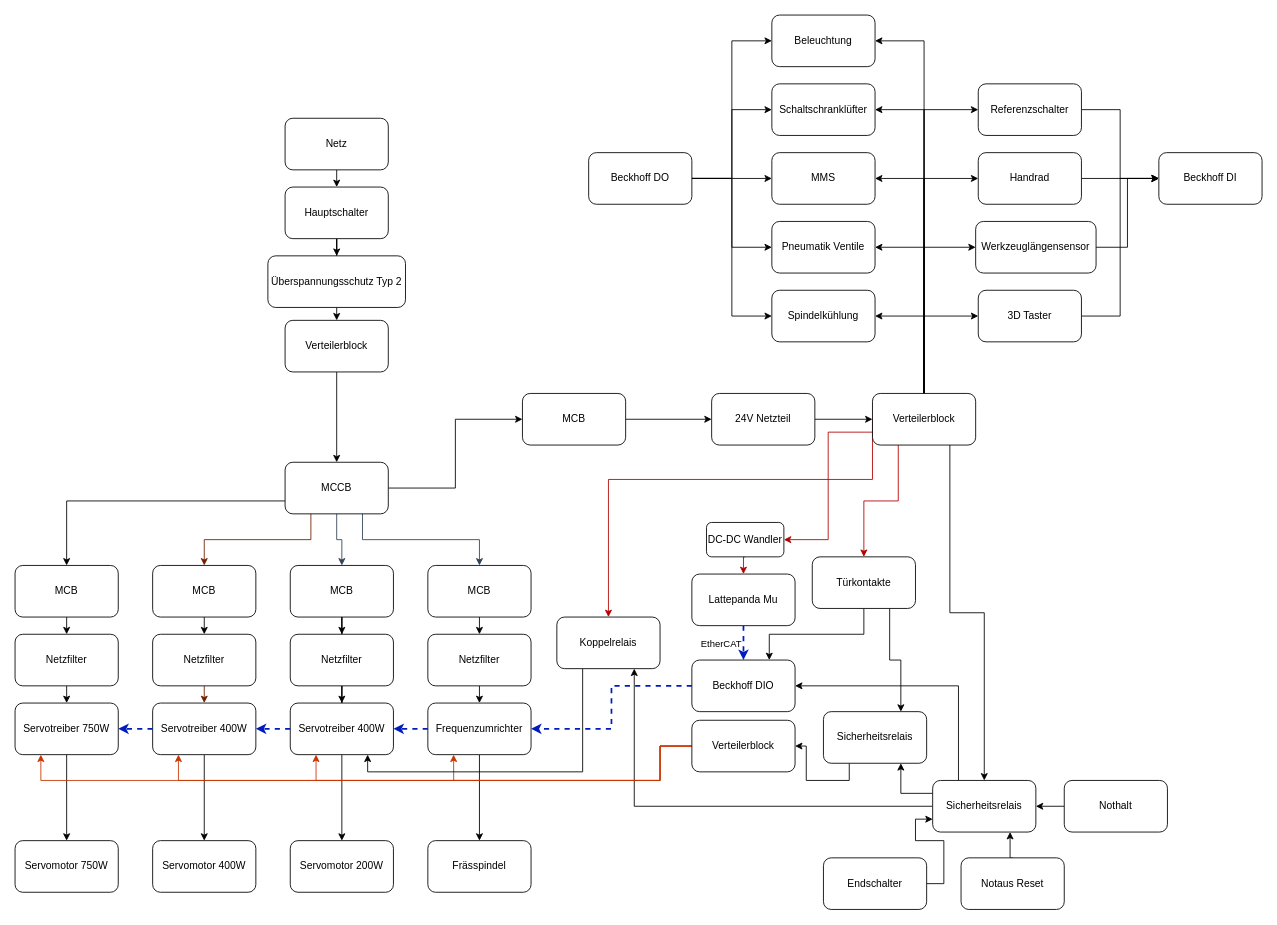
The draw.io diagram Schaltschrank.drawio in Schlemihl45/DATUM-controll, before the edit. Source tidied: cells renumbered, new cells numbered last; positions are measured from the earlier drawing's top-left corner, leaving out a move shared by most shapes. Both pictures are drawn from the tidied source at 86%, with x=0, y=0 at pixel (15, 15).
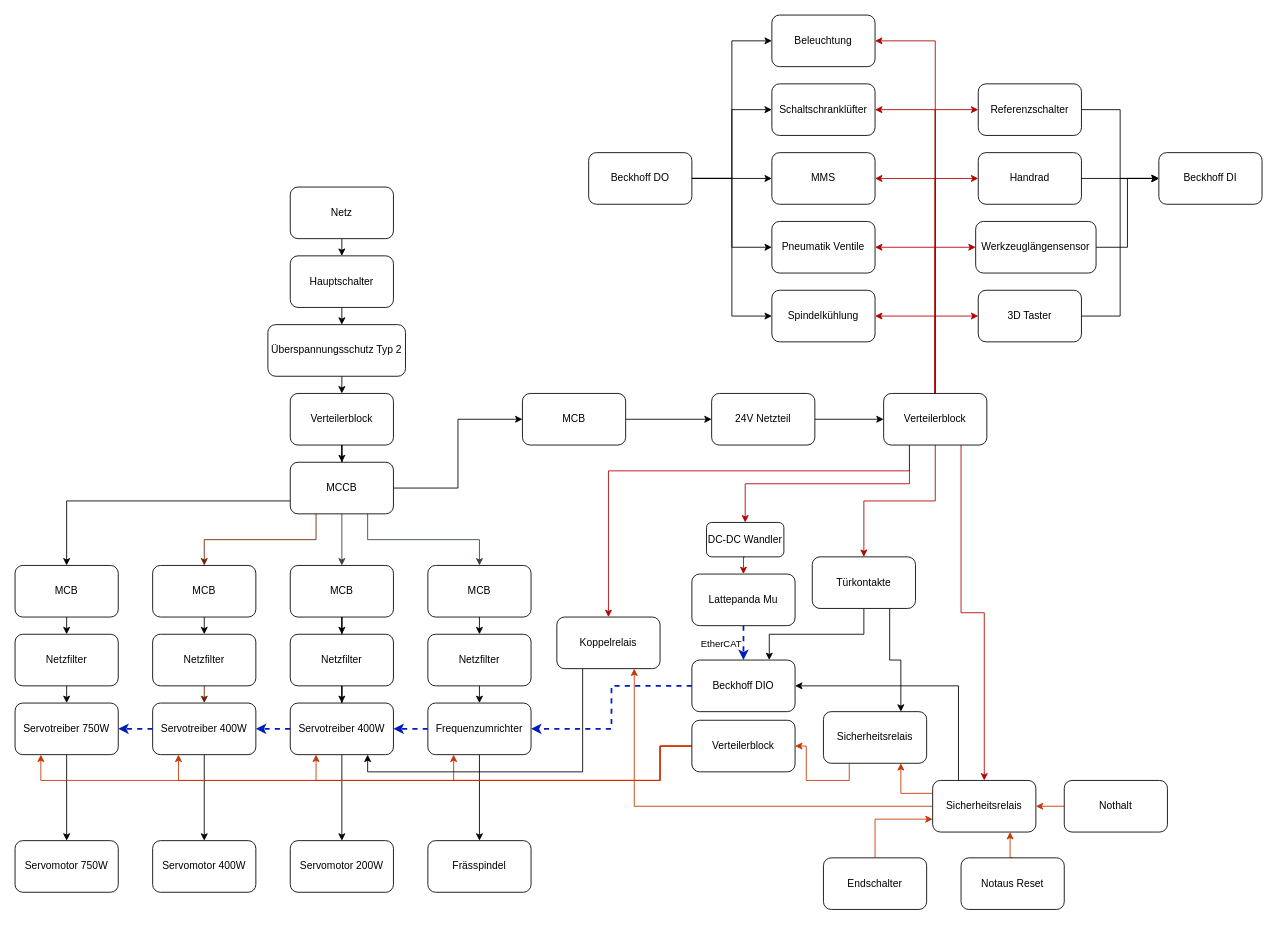
Above is the later version.

The change refers to these unchanged cells:
```xml
<mxCell id="19" value="Sicherheitsrelais" style="rounded=1;whiteSpace=wrap;html=1;" parent="1" vertex="1">
  <mxGeometry x="1067" y="890" width="120" height="60" as="geometry" />
</mxCell>
<mxCell id="21" value="Nothalt" style="rounded=1;whiteSpace=wrap;html=1;" parent="1" vertex="1">
  <mxGeometry x="1220" y="890" width="120" height="60" as="geometry" />
</mxCell>
<mxCell id="79" value="Verteilerblock" style="rounded=1;whiteSpace=wrap;html=1;" parent="1" vertex="1">
  <mxGeometry x="787" y="820" width="120" height="60" as="geometry" />
</mxCell>
<mxCell id="81" value="Notaus Reset" style="rounded=1;whiteSpace=wrap;html=1;" parent="1" vertex="1">
  <mxGeometry x="1100" y="980" width="120" height="60" as="geometry" />
</mxCell>
<mxCell id="84" value="Türkontakte" style="rounded=1;whiteSpace=wrap;html=1;" parent="1" vertex="1">
  <mxGeometry x="927" y="630" width="120" height="60" as="geometry" />
</mxCell>
<mxCell id="86" value="Referenzschalter" style="rounded=1;whiteSpace=wrap;html=1;" parent="1" vertex="1">
  <mxGeometry x="1120" y="80" width="120" height="60" as="geometry" />
</mxCell>
<mxCell id="88" value="Endschalter" style="rounded=1;whiteSpace=wrap;html=1;" parent="1" vertex="1">
  <mxGeometry x="940" y="980" width="120" height="60" as="geometry" />
</mxCell>
<mxCell id="91" value="Schaltschranklüfter" style="rounded=1;whiteSpace=wrap;html=1;" parent="1" vertex="1">
  <mxGeometry x="880" y="80" width="120" height="60" as="geometry" />
</mxCell>
<mxCell id="92" value="Beleuchtung" style="rounded=1;whiteSpace=wrap;html=1;" parent="1" vertex="1">
  <mxGeometry x="880" width="120" height="60" as="geometry" />
</mxCell>
<mxCell id="93" value="MMS" style="rounded=1;whiteSpace=wrap;html=1;" parent="1" vertex="1">
  <mxGeometry x="880" y="160" width="120" height="60" as="geometry" />
</mxCell>
<mxCell id="95" value="DC-DC Wandler" style="rounded=1;whiteSpace=wrap;html=1;" parent="1" vertex="1">
  <mxGeometry x="804" y="590" width="90" height="40" as="geometry" />
</mxCell>
<mxCell id="97" value="Koppelrelais" style="rounded=1;whiteSpace=wrap;html=1;" parent="1" vertex="1">
  <mxGeometry x="630" y="700" width="120" height="60" as="geometry" />
</mxCell>
<mxCell id="103" value="Sicherheitsrelais" style="rounded=1;whiteSpace=wrap;html=1;" parent="1" vertex="1">
  <mxGeometry x="940" y="810" width="120" height="60" as="geometry" />
</mxCell>
<mxCell id="105" value="Werkzeuglängensensor" style="rounded=1;whiteSpace=wrap;html=1;" parent="1" vertex="1">
  <mxGeometry x="1117" y="240" width="140" height="60" as="geometry" />
</mxCell>
<mxCell id="107" value="3D Taster" style="rounded=1;whiteSpace=wrap;html=1;" parent="1" vertex="1">
  <mxGeometry x="1120" y="320" width="120" height="60" as="geometry" />
</mxCell>
<mxCell id="108" value="Pneumatik Ventile" style="rounded=1;whiteSpace=wrap;html=1;" parent="1" vertex="1">
  <mxGeometry x="880" y="240" width="120" height="60" as="geometry" />
</mxCell>
<mxCell id="110" value="Handrad" style="rounded=1;whiteSpace=wrap;html=1;" parent="1" vertex="1">
  <mxGeometry x="1120" y="160" width="120" height="60" as="geometry" />
</mxCell>
<mxCell id="111" value="Spindelkühlung" style="rounded=1;whiteSpace=wrap;html=1;" parent="1" vertex="1">
  <mxGeometry x="880" y="320" width="120" height="60" as="geometry" />
</mxCell>
```

Change to the diagram source:
```diff
@@
-    <mxCell id="17" style="edgeStyle=orthogonalEdgeStyle;rounded=0;jettySize=auto;html=1;exitX=0;exitY=0.25;exitDx=0;exitDy=0;entryX=0.75;entryY=1;entryDx=0;entryDy=0;" parent="1" edge="1" source="19" target="103">
+    <mxCell id="17" style="edgeStyle=orthogonalEdgeStyle;rounded=0;jettySize=auto;html=1;exitX=0;exitY=0.25;exitDx=0;exitDy=0;entryX=0.75;entryY=1;entryDx=0;entryDy=0;fillColor=#fa6800;strokeColor=#C73500;" parent="1" edge="1" source="19" target="103">
       <mxGeometry relative="1" as="geometry" />
     </mxCell>
-    <mxCell id="18" style="edgeStyle=orthogonalEdgeStyle;rounded=0;jettySize=auto;html=1;exitX=0;exitY=0.5;exitDx=0;exitDy=0;entryX=0.75;entryY=1;entryDx=0;entryDy=0;" parent="1" edge="1" source="19" target="97">
+    <mxCell id="18" style="edgeStyle=orthogonalEdgeStyle;rounded=0;jettySize=auto;html=1;exitX=0;exitY=0.5;exitDx=0;exitDy=0;entryX=0.75;entryY=1;entryDx=0;entryDy=0;fillColor=#fa6800;strokeColor=#C73500;" parent="1" edge="1" source="19" target="97">
       <mxGeometry relative="1" as="geometry" />
     </mxCell>
@@
-    <mxCell id="20" style="edgeStyle=orthogonalEdgeStyle;rounded=0;jettySize=auto;html=1;exitX=0;exitY=0.5;exitDx=0;exitDy=0;entryX=1;entryY=0.5;entryDx=0;entryDy=0;" parent="1" edge="1" source="21" target="19">
+    <mxCell id="20" style="edgeStyle=orthogonalEdgeStyle;rounded=0;jettySize=auto;html=1;exitX=0;exitY=0.5;exitDx=0;exitDy=0;entryX=1;entryY=0.5;entryDx=0;entryDy=0;fillColor=#fa6800;strokeColor=#C73500;" parent="1" edge="1" source="21" target="19">
       <mxGeometry relative="1" as="geometry" />
     </mxCell>
@@
-    <mxCell id="22" style="edgeStyle=orthogonalEdgeStyle;rounded=0;jettySize=auto;html=1;exitX=0.5;exitY=1;exitDx=0;exitDy=0;" parent="1" edge="1" source="23" target="61">
-      <mxGeometry relative="1" as="geometry" />
+    <mxCell id="22" style="edgeStyle=orthogonalEdgeStyle;rounded=0;jettySize=auto;html=1;exitX=0.5;exitY=1;exitDx=0;exitDy=0;" parent="1" edge="1" source="23">
+      <mxGeometry relative="1" as="geometry">
+        <mxPoint x="380" y="360" as="targetPoint" />
+      </mxGeometry>
     </mxCell>
     <mxCell id="23" value="Hauptschalter" style="rounded=1;whiteSpace=wrap;html=1;" parent="1" vertex="1">
-      <mxGeometry x="314" y="200" width="120" height="60" as="geometry" />
+      <mxGeometry x="320" y="280" width="120" height="60" as="geometry" />
     </mxCell>
@@
     <mxCell id="25" value="Verteilerblock" style="rounded=1;whiteSpace=wrap;html=1;" parent="1" vertex="1">
-      <mxGeometry x="314" y="355" width="120" height="60" as="geometry" />
+      <mxGeometry x="320" y="440" width="120" height="60" as="geometry" />
     </mxCell>
@@
     <mxCell id="32" value="Netz" style="rounded=1;whiteSpace=wrap;html=1;" parent="1" vertex="1">
-      <mxGeometry x="314" y="120" width="120" height="60" as="geometry" />
+      <mxGeometry x="320" y="200" width="120" height="60" as="geometry" />
     </mxCell>
@@
     <mxCell id="38" value="MCCB" style="rounded=1;whiteSpace=wrap;html=1;" parent="1" vertex="1">
-      <mxGeometry x="314" y="520" width="120" height="60" as="geometry" />
+      <mxGeometry x="320" y="520" width="120" height="60" as="geometry" />
     </mxCell>
@@
-    <mxCell id="46" style="edgeStyle=orthogonalEdgeStyle;rounded=0;jettySize=auto;html=1;exitX=0.25;exitY=1;exitDx=0;exitDy=0;entryX=0.5;entryY=0;entryDx=0;entryDy=0;fillColor=#e51400;strokeColor=#B20000;" parent="1" edge="1" source="59" target="84">
-      <mxGeometry relative="1" as="geometry" />
-    </mxCell>
-    <mxCell id="47" style="edgeStyle=orthogonalEdgeStyle;rounded=0;jettySize=auto;html=1;exitX=0;exitY=0.75;exitDx=0;exitDy=0;entryX=1;entryY=0.5;entryDx=0;entryDy=0;fillColor=#e51400;strokeColor=#B20000;" parent="1" edge="1" source="59" target="95">
-      <mxGeometry relative="1" as="geometry" />
-    </mxCell>
-    <mxCell id="48" style="edgeStyle=orthogonalEdgeStyle;rounded=0;jettySize=auto;html=1;exitX=0;exitY=0.5;exitDx=0;exitDy=0;entryX=0.5;entryY=0;entryDx=0;entryDy=0;fillColor=#e51400;strokeColor=#B20000;" parent="1" edge="1" source="59" target="97">
-      <mxGeometry relative="1" as="geometry">
-        <Array as="points">
-          <mxPoint x="997" y="540" />
-          <mxPoint x="690" y="540" />
-        </Array>
-      </mxGeometry>
-    </mxCell>
-    <mxCell id="49" style="edgeStyle=orthogonalEdgeStyle;rounded=0;jettySize=auto;html=1;exitX=0.75;exitY=1;exitDx=0;exitDy=0;entryX=0.5;entryY=0;entryDx=0;entryDy=0;" parent="1" edge="1" source="59" target="19">
+    <mxCell id="49" style="edgeStyle=orthogonalEdgeStyle;rounded=0;jettySize=auto;html=1;exitX=0.75;exitY=1;exitDx=0;exitDy=0;entryX=0.5;entryY=0;entryDx=0;entryDy=0;fillColor=#e51400;strokeColor=#B20000;" parent="1" edge="1" source="59" target="19">
       <mxGeometry relative="1" as="geometry" />
     </mxCell>
-    <mxCell id="50" style="edgeStyle=orthogonalEdgeStyle;rounded=0;jettySize=auto;html=1;exitX=0.5;exitY=0;exitDx=0;exitDy=0;entryX=1;entryY=0.5;entryDx=0;entryDy=0;" parent="1" edge="1" source="59" target="111">
+    <mxCell id="50" style="edgeStyle=orthogonalEdgeStyle;rounded=0;jettySize=auto;html=1;exitX=0.5;exitY=0;exitDx=0;exitDy=0;entryX=1;entryY=0.5;entryDx=0;entryDy=0;fillColor=#e51400;strokeColor=#B20000;" parent="1" edge="1" source="59" target="111">
       <mxGeometry relative="1" as="geometry" />
     </mxCell>
-    <mxCell id="51" style="edgeStyle=orthogonalEdgeStyle;rounded=0;jettySize=auto;html=1;exitX=0.5;exitY=0;exitDx=0;exitDy=0;entryX=1;entryY=0.5;entryDx=0;entryDy=0;" parent="1" edge="1" source="59" target="108">
+    <mxCell id="51" style="edgeStyle=orthogonalEdgeStyle;rounded=0;jettySize=auto;html=1;exitX=0.5;exitY=0;exitDx=0;exitDy=0;entryX=1;entryY=0.5;entryDx=0;entryDy=0;fillColor=#e51400;strokeColor=#B20000;" parent="1" edge="1" source="59" target="108">
       <mxGeometry relative="1" as="geometry" />
     </mxCell>
-    <mxCell id="52" style="edgeStyle=orthogonalEdgeStyle;rounded=0;jettySize=auto;html=1;exitX=0.5;exitY=0;exitDx=0;exitDy=0;entryX=1;entryY=0.5;entryDx=0;entryDy=0;" parent="1" edge="1" source="59" target="93">
+    <mxCell id="52" style="edgeStyle=orthogonalEdgeStyle;rounded=0;jettySize=auto;html=1;exitX=0.5;exitY=0;exitDx=0;exitDy=0;entryX=1;entryY=0.5;entryDx=0;entryDy=0;fillColor=#e51400;strokeColor=#B20000;" parent="1" edge="1" source="59" target="93">
       <mxGeometry relative="1" as="geometry" />
     </mxCell>
-    <mxCell id="53" style="edgeStyle=orthogonalEdgeStyle;rounded=0;jettySize=auto;html=1;exitX=0.5;exitY=0;exitDx=0;exitDy=0;entryX=1;entryY=0.5;entryDx=0;entryDy=0;" parent="1" edge="1" source="59" target="91">
+    <mxCell id="53" style="edgeStyle=orthogonalEdgeStyle;rounded=0;jettySize=auto;html=1;exitX=0.5;exitY=0;exitDx=0;exitDy=0;entryX=1;entryY=0.5;entryDx=0;entryDy=0;fillColor=#e51400;strokeColor=#B20000;" parent="1" edge="1" source="59" target="91">
       <mxGeometry relative="1" as="geometry" />
     </mxCell>
-    <mxCell id="54" style="edgeStyle=orthogonalEdgeStyle;rounded=0;jettySize=auto;html=1;exitX=0.5;exitY=0;exitDx=0;exitDy=0;entryX=0;entryY=0.5;entryDx=0;entryDy=0;" parent="1" edge="1" source="59" target="107">
+    <mxCell id="54" style="edgeStyle=orthogonalEdgeStyle;rounded=0;jettySize=auto;html=1;exitX=0.5;exitY=0;exitDx=0;exitDy=0;entryX=0;entryY=0.5;entryDx=0;entryDy=0;fillColor=#e51400;strokeColor=#B20000;" parent="1" edge="1" source="59" target="107">
       <mxGeometry relative="1" as="geometry" />
     </mxCell>
-    <mxCell id="55" style="edgeStyle=orthogonalEdgeStyle;rounded=0;jettySize=auto;html=1;exitX=0.5;exitY=0;exitDx=0;exitDy=0;entryX=0;entryY=0.5;entryDx=0;entryDy=0;" parent="1" edge="1" source="59" target="105">
+    <mxCell id="55" style="edgeStyle=orthogonalEdgeStyle;rounded=0;jettySize=auto;html=1;exitX=0.5;exitY=0;exitDx=0;exitDy=0;entryX=0;entryY=0.5;entryDx=0;entryDy=0;fillColor=#e51400;strokeColor=#B20000;" parent="1" edge="1" source="59" target="105">
       <mxGeometry relative="1" as="geometry" />
     </mxCell>
-    <mxCell id="56" style="edgeStyle=orthogonalEdgeStyle;rounded=0;jettySize=auto;html=1;exitX=0.5;exitY=0;exitDx=0;exitDy=0;entryX=0;entryY=0.5;entryDx=0;entryDy=0;" parent="1" edge="1" source="59" target="110">
+    <mxCell id="56" style="edgeStyle=orthogonalEdgeStyle;rounded=0;jettySize=auto;html=1;exitX=0.5;exitY=0;exitDx=0;exitDy=0;entryX=0;entryY=0.5;entryDx=0;entryDy=0;fillColor=#e51400;strokeColor=#B20000;" parent="1" edge="1" source="59" target="110">
       <mxGeometry relative="1" as="geometry" />
     </mxCell>
-    <mxCell id="57" style="edgeStyle=orthogonalEdgeStyle;rounded=0;jettySize=auto;html=1;exitX=0.5;exitY=0;exitDx=0;exitDy=0;entryX=1;entryY=0.5;entryDx=0;entryDy=0;" parent="1" edge="1" source="59" target="92">
+    <mxCell id="57" style="edgeStyle=orthogonalEdgeStyle;rounded=0;jettySize=auto;html=1;exitX=0.5;exitY=0;exitDx=0;exitDy=0;entryX=1;entryY=0.5;entryDx=0;entryDy=0;fillColor=#e51400;strokeColor=#B20000;" parent="1" edge="1" source="59" target="92">
       <mxGeometry relative="1" as="geometry" />
     </mxCell>
-    <mxCell id="58" style="edgeStyle=orthogonalEdgeStyle;rounded=0;jettySize=auto;html=1;exitX=0.5;exitY=0;exitDx=0;exitDy=0;entryX=0;entryY=0.5;entryDx=0;entryDy=0;" parent="1" edge="1" source="59" target="86">
+    <mxCell id="58" style="edgeStyle=orthogonalEdgeStyle;rounded=0;jettySize=auto;html=1;exitX=0.5;exitY=0;exitDx=0;exitDy=0;entryX=0;entryY=0.5;entryDx=0;entryDy=0;fillColor=#e51400;strokeColor=#B20000;" parent="1" edge="1" source="59" target="86">
       <mxGeometry relative="1" as="geometry" />
     </mxCell>
+    <mxCell id="46" style="edgeStyle=orthogonalEdgeStyle;rounded=0;jettySize=auto;html=1;exitX=0.5;exitY=1;exitDx=0;exitDy=0;entryX=0.5;entryY=0;entryDx=0;entryDy=0;fillColor=#e51400;strokeColor=#B20000;" parent="1" edge="1" source="59" target="84">
+      <mxGeometry relative="1" as="geometry" />
+    </mxCell>
+    <mxCell id="47" style="edgeStyle=orthogonalEdgeStyle;rounded=0;jettySize=auto;html=1;exitX=0.25;exitY=1;exitDx=0;exitDy=0;fillColor=#e51400;strokeColor=#B20000;" parent="1" edge="1" source="59" target="95">
+      <mxGeometry relative="1" as="geometry" />
+    </mxCell>
+    <mxCell id="48" style="edgeStyle=orthogonalEdgeStyle;rounded=0;jettySize=auto;html=1;exitX=0.25;exitY=1;exitDx=0;exitDy=0;entryX=0.5;entryY=0;entryDx=0;entryDy=0;fillColor=#e51400;strokeColor=#B20000;" parent="1" edge="1" source="59" target="97">
+      <mxGeometry relative="1" as="geometry">
+        <Array as="points">
+          <mxPoint x="1040" y="530" />
+          <mxPoint x="690" y="530" />
+        </Array>
+      </mxGeometry>
+    </mxCell>
     <mxCell id="59" value="Verteilerblock" style="rounded=1;whiteSpace=wrap;html=1;" parent="1" vertex="1">
-      <mxGeometry x="997" y="440" width="120" height="60" as="geometry" />
+      <mxGeometry x="1010" y="440" width="120" height="60" as="geometry" />
     </mxCell>
-    <mxCell id="60" style="edgeStyle=orthogonalEdgeStyle;rounded=0;jettySize=auto;html=1;exitX=0.5;exitY=1;exitDx=0;exitDy=0;entryX=0.5;entryY=0;entryDx=0;entryDy=0;" parent="1" edge="1" source="61" target="25">
-      <mxGeometry relative="1" as="geometry" />
+    <mxCell id="60" style="edgeStyle=orthogonalEdgeStyle;rounded=0;jettySize=auto;html=1;exitX=0.5;exitY=1;exitDx=0;exitDy=0;entryX=0.5;entryY=0;entryDx=0;entryDy=0;" parent="1" edge="1" target="25">
+      <mxGeometry relative="1" as="geometry">
+        <mxPoint x="380" y="420" as="sourcePoint" />
+      </mxGeometry>
     </mxCell>
     <mxCell id="61" value="Überspannungsschutz Typ 2" style="rounded=1;whiteSpace=wrap;html=1;" parent="1" vertex="1">
-      <mxGeometry x="294" y="280" width="160" height="60" as="geometry" />
+      <mxGeometry x="294" y="360" width="160" height="60" as="geometry" />
     </mxCell>
@@
-    <mxCell id="80" style="edgeStyle=orthogonalEdgeStyle;rounded=0;jettySize=auto;html=1;exitX=0.5;exitY=0;exitDx=0;exitDy=0;entryX=0.75;entryY=1;entryDx=0;entryDy=0;" parent="1" edge="1" source="81" target="19">
+    <mxCell id="80" style="edgeStyle=orthogonalEdgeStyle;rounded=0;jettySize=auto;html=1;exitX=0.5;exitY=0;exitDx=0;exitDy=0;entryX=0.75;entryY=1;entryDx=0;entryDy=0;fillColor=#fa6800;strokeColor=#C73500;" parent="1" edge="1" source="81" target="19">
       <mxGeometry relative="1" as="geometry" />
     </mxCell>
@@
-    <mxCell id="87" style="edgeStyle=orthogonalEdgeStyle;rounded=0;jettySize=auto;html=1;exitX=1;exitY=0.5;exitDx=0;exitDy=0;entryX=0;entryY=0.75;entryDx=0;entryDy=0;" parent="1" edge="1" source="88" target="19">
+    <mxCell id="87" style="edgeStyle=orthogonalEdgeStyle;rounded=0;jettySize=auto;html=1;exitX=0.5;exitY=0;exitDx=0;exitDy=0;entryX=0;entryY=0.75;entryDx=0;entryDy=0;fillColor=#fa6800;strokeColor=#C73500;" parent="1" edge="1" source="88" target="19">
       <mxGeometry relative="1" as="geometry" />
     </mxCell>
@@
-    <mxCell id="102" style="edgeStyle=orthogonalEdgeStyle;rounded=0;jettySize=auto;html=1;exitX=0.25;exitY=1;exitDx=0;exitDy=0;entryX=1;entryY=0.5;entryDx=0;entryDy=0;" parent="1" edge="1" source="103" target="79">
+    <mxCell id="102" style="edgeStyle=orthogonalEdgeStyle;rounded=0;jettySize=auto;html=1;exitX=0.25;exitY=1;exitDx=0;exitDy=0;entryX=1;entryY=0.5;entryDx=0;entryDy=0;fillColor=#fa6800;strokeColor=#C73500;" parent="1" edge="1" source="103" target="79">
       <mxGeometry relative="1" as="geometry" />
     </mxCell>
```
